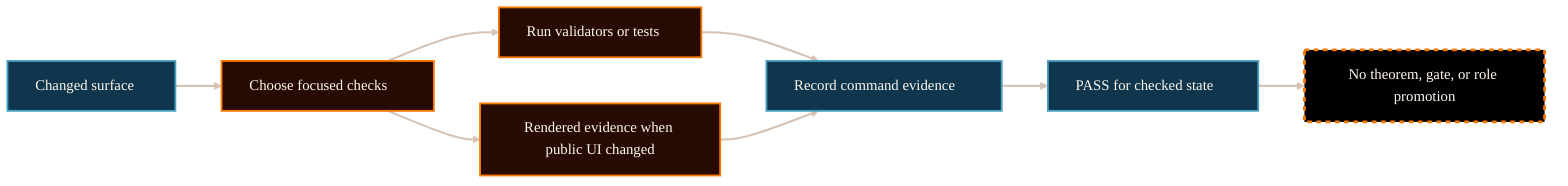
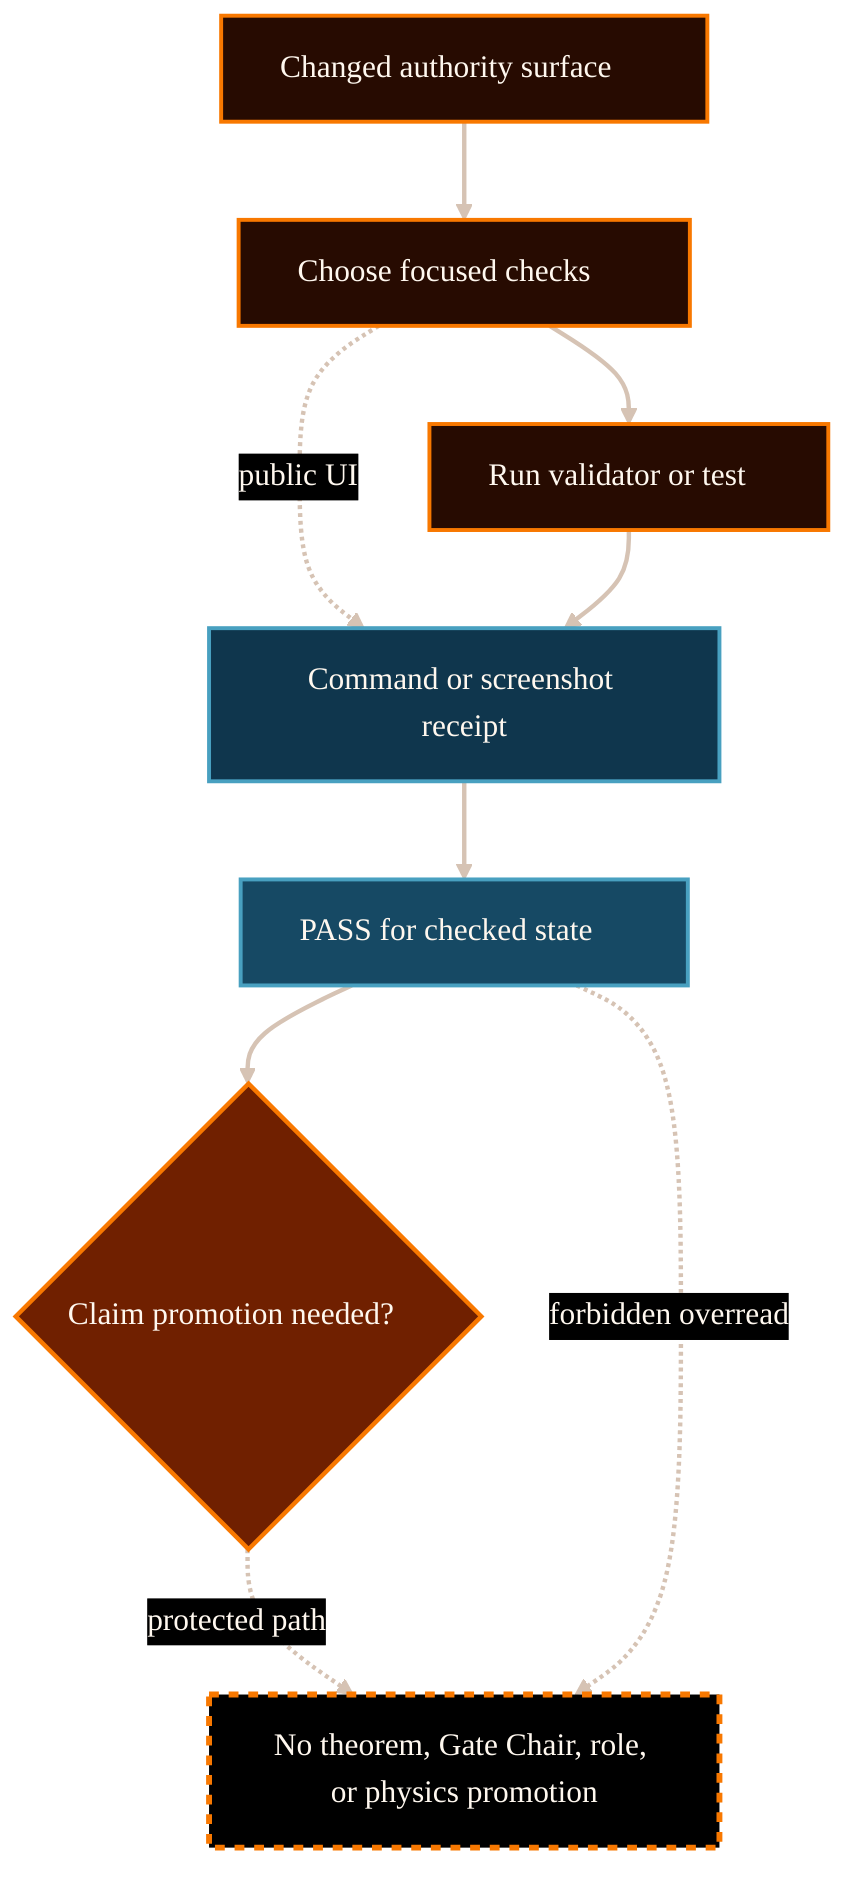
---
config:
  theme: base
  themeVariables:
    darkMode: true
    background: "#000000"
    primaryColor: "#050403"
    primaryTextColor: "#fff8ef"
    primaryBorderColor: "#d6c3b4"
    lineColor: "#d6c3b4"
    fontFamily: "Inter, ui-sans-serif, system-ui, -apple-system, BlinkMacSystemFont, Segoe UI, sans-serif"
    fontSize: "16px"
    clusterBkg: "#080401"
    clusterBorder: "#d6c3b4"
    edgeLabelBackground: "#000000"
---

- flowchart LR
-   change["Changed surface"] --> choose["Choose focused checks"]
-   choose --> run["Run validators or tests"]
-   run --> receipt["Record command evidence"]
-   receipt --> pass["PASS for checked state"]
-   pass --> boundary["No theorem, gate, or role promotion"]
-   choose --> screenshot["Rendered evidence when public UI changed"]
-   screenshot --> receipt
+ flowchart TB
+   change["Changed authority surface"]
+   choose["Choose focused checks"]
+   run["Run validator or test"]
+   receipt["Command or screenshot receipt"]
+   pass["PASS for checked state"]
+   gate{"Claim promotion needed?"}
+   boundary["No theorem, Gate Chair, role, or physics promotion"]
+ 
+   change --> choose
+   choose --> run
+   choose -. "public UI" .-> receipt
+   run --> receipt
+   receipt --> pass
+   pass --> gate
+   gate -. "protected path" .-> boundary
+   pass -. "forbidden overread" .-> boundary

  classDef default fill:#050403,stroke:#d6c3b4,color:#fff8ef,stroke-width:1.5px;
  classDef source fill:#0f364d,stroke:#48a0c0,color:#fff8ef,stroke-width:2px;
  classDef control fill:#270b01,stroke:#f87800,color:#fff8ef,stroke-width:2px;
  classDef bridge fill:#164964,stroke:#f4d6a1,color:#fff8ef,stroke-width:2px;
  classDef decision fill:#702000,stroke:#f87800,color:#fff8ef,stroke-width:2.25px;
  classDef target fill:#2d7ea0,stroke:#f4d6a1,color:#ffffff,stroke-width:2px;
  classDef success fill:#164964,stroke:#48a0c0,color:#fff8ef,stroke-width:2px;
  classDef risk fill:#702000,stroke:#f87800,color:#fff8ef,stroke-width:2px,stroke-dasharray: 5 5;
  classDef boundary fill:#000000,stroke:#f87800,color:#fff8ef,stroke-width:3px,stroke-dasharray: 5 5;
  classDef external fill:#080401,stroke:#f4d6a1,color:#fff8ef,stroke-width:2px;

+   class change,choose,run control;
+   class receipt source;
+   class pass success;
+   class gate decision;
  class boundary boundary;
-   class choose,run,screenshot control;
-   class change,pass,receipt source;

  linkStyle default stroke:#d6c3b4,stroke-width:2.25px;
